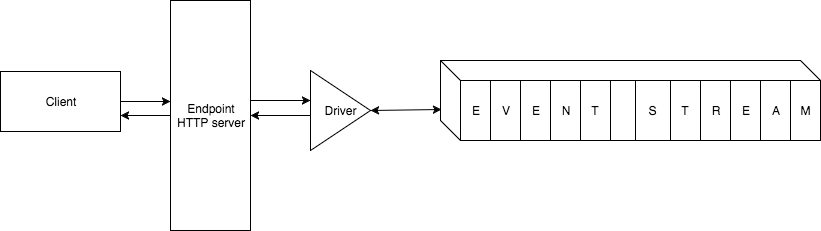
Earlier version of the draw.io export EventPipeline.png (yubrajpokharel/stream-pipeline). Source tidied: cells renumbered, new cells last; positions are measured from the earlier drawing's top-left corner, leaving out a move shared by most shapes.
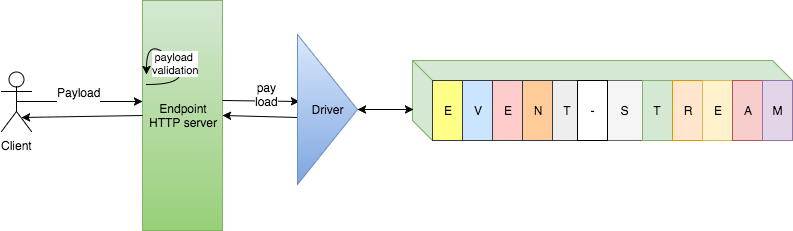
Above is the later version.

The edit, as a diff of the source:
```diff
@@ -2,75 +2,90 @@
   <root>
     <mxCell id="0" />
     <mxCell id="1" parent="0" />
-    <mxCell id="2" value="Endpoint&lt;div&gt;HTTP server&lt;/div&gt;" style="whiteSpace=wrap;html=1;" parent="1" vertex="1">
+    <mxCell id="2" value="Endpoint&lt;div&gt;HTTP server&lt;/div&gt;" style="whiteSpace=wrap;html=1;fillColor=#d5e8d4;strokeColor=#82b366;gradientColor=#97d077;" parent="1" vertex="1">
       <mxGeometry x="170" width="80" height="230" as="geometry" />
     </mxCell>
-    <mxCell id="3" value="Client" style="whiteSpace=wrap;html=1;" parent="1" vertex="1">
-      <mxGeometry y="71" width="120" height="60" as="geometry" />
-    </mxCell>
-    <mxCell id="4" style="endArrow=classic;html=1;exitX=1;exitY=0.5;" parent="1" edge="1" source="3">
+    <mxCell id="4" style="endArrow=classic;html=1;exitX=0.5;exitY=0.5;exitPerimeter=0;" parent="1" edge="1" source="3">
       <mxGeometry relative="1" as="geometry">
         <mxPoint x="170" y="101" as="targetPoint" />
       </mxGeometry>
     </mxCell>
+    <mxCell id="22" value="Payload&lt;div&gt;&lt;br&gt;&lt;/div&gt;" style="text;html=1;align=center;verticalAlign=middle;labelBackgroundColor=#ffffff;" parent="4" vertex="1">
+      <mxGeometry x="-0.02" y="3" relative="1" as="geometry" />
+    </mxCell>
-    <mxCell id="5" style="endArrow=classic;html=1;" parent="1" edge="1">
+    <mxCell id="5" style="endArrow=classic;html=1;entryX=0.033;entryY=0.447;entryPerimeter=0;" parent="1" edge="1" target="20">
       <mxGeometry relative="1" as="geometry">
         <mxPoint x="250" y="100" as="sourcePoint" />
-        <mxPoint x="310" y="100" as="targetPoint" />
       </mxGeometry>
     </mxCell>
+    <mxCell id="23" value="pay&lt;div&gt;load&lt;div&gt;&lt;br&gt;&lt;/div&gt;&lt;/div&gt;" style="text;html=1;align=center;verticalAlign=middle;labelBackgroundColor=#ffffff;" parent="5" vertex="1">
+      <mxGeometry x="0.13" relative="1" as="geometry" />
+    </mxCell>
-    <mxCell id="6" style="shape=cube;whiteSpace=wrap;html=1;" parent="1" vertex="1">
+    <mxCell id="6" style="shape=cube;whiteSpace=wrap;html=1;fillColor=#d5e8d4;strokeColor=#82b366;" parent="1" vertex="1">
       <mxGeometry x="440" y="60" width="380" height="80" as="geometry" />
     </mxCell>
-    <mxCell id="7" value="E" style="whiteSpace=wrap;html=1;" parent="1" vertex="1">
+    <mxCell id="7" value="E" style="whiteSpace=wrap;html=1;fillColor=#ffff88;strokeColor=#36393d;" parent="1" vertex="1">
       <mxGeometry x="460" y="80" width="30" height="60" as="geometry" />
     </mxCell>
-    <mxCell id="8" value="V" style="whiteSpace=wrap;html=1;" parent="1" vertex="1">
+    <mxCell id="8" value="V" style="whiteSpace=wrap;html=1;fillColor=#cce5ff;strokeColor=#36393d;" parent="1" vertex="1">
       <mxGeometry x="490" y="80" width="30" height="60" as="geometry" />
     </mxCell>
-    <mxCell id="9" value="E" style="whiteSpace=wrap;html=1;" parent="1" vertex="1">
+    <mxCell id="9" value="E" style="whiteSpace=wrap;html=1;fillColor=#ffcccc;strokeColor=#36393d;" parent="1" vertex="1">
       <mxGeometry x="520" y="80" width="30" height="60" as="geometry" />
     </mxCell>
-    <mxCell id="10" value="N" style="whiteSpace=wrap;html=1;" parent="1" vertex="1">
+    <mxCell id="10" value="N" style="whiteSpace=wrap;html=1;fillColor=#ffcc99;strokeColor=#36393d;" parent="1" vertex="1">
       <mxGeometry x="550" y="80" width="30" height="60" as="geometry" />
     </mxCell>
-    <mxCell id="11" value="T" style="whiteSpace=wrap;html=1;" parent="1" vertex="1">
+    <mxCell id="11" value="T" style="whiteSpace=wrap;html=1;fillColor=#eeeeee;strokeColor=#36393d;" parent="1" vertex="1">
       <mxGeometry x="580" y="80" width="30" height="60" as="geometry" />
     </mxCell>
-    <mxCell id="12" value="S" style="whiteSpace=wrap;html=1;" parent="1" vertex="1">
+    <mxCell id="12" value="S" style="whiteSpace=wrap;html=1;fillColor=#f5f5f5;strokeColor=#666666;" parent="1" vertex="1">
       <mxGeometry x="635" y="80" width="35" height="60" as="geometry" />
     </mxCell>
-    <mxCell id="13" value="T" style="whiteSpace=wrap;html=1;" parent="1" vertex="1">
+    <mxCell id="13" value="T" style="whiteSpace=wrap;html=1;fillColor=#d5e8d4;strokeColor=#82b366;" parent="1" vertex="1">
       <mxGeometry x="670" y="80" width="30" height="60" as="geometry" />
     </mxCell>
-    <mxCell id="14" value="R" style="whiteSpace=wrap;html=1;" parent="1" vertex="1">
+    <mxCell id="14" value="R" style="whiteSpace=wrap;html=1;fillColor=#ffe6cc;strokeColor=#d79b00;" parent="1" vertex="1">
       <mxGeometry x="700" y="80" width="30" height="60" as="geometry" />
     </mxCell>
-    <mxCell id="15" value="E" style="whiteSpace=wrap;html=1;" parent="1" vertex="1">
+    <mxCell id="15" value="E" style="whiteSpace=wrap;html=1;fillColor=#fff2cc;strokeColor=#d6b656;" parent="1" vertex="1">
       <mxGeometry x="730" y="80" width="30" height="60" as="geometry" />
     </mxCell>
-    <mxCell id="16" value="A" style="whiteSpace=wrap;html=1;" parent="1" vertex="1">
+    <mxCell id="16" value="A" style="whiteSpace=wrap;html=1;fillColor=#f8cecc;strokeColor=#b85450;" parent="1" vertex="1">
       <mxGeometry x="760" y="80" width="30" height="60" as="geometry" />
     </mxCell>
-    <mxCell id="17" value="M" style="whiteSpace=wrap;html=1;" parent="1" vertex="1">
+    <mxCell id="17" value="M" style="whiteSpace=wrap;html=1;fillColor=#e1d5e7;strokeColor=#9673a6;" parent="1" vertex="1">
       <mxGeometry x="790" y="80" width="30" height="60" as="geometry" />
     </mxCell>
-    <mxCell id="18" style="endArrow=classic;html=1;entryX=1;entryY=0.5;" parent="1" edge="1" target="2">
-      <mxGeometry relative="1" as="geometry">
-        <mxPoint x="310" y="115" as="sourcePoint" />
-      </mxGeometry>
+    <mxCell id="18" style="endArrow=classic;html=1;entryX=1;entryY=0.5;exitX=0.017;exitY=0.553;exitPerimeter=0;" parent="1" edge="1" source="20" target="2">
+      <mxGeometry relative="1" as="geometry" />
     </mxCell>
-    <mxCell id="19" style="endArrow=classic;html=1;entryX=1;entryY=0.5;" parent="1" edge="1">
+    <mxCell id="19" style="endArrow=classic;html=1;entryX=0.667;entryY=0.767;entryPerimeter=0;" parent="1" edge="1" target="3">
       <mxGeometry x="130" y="154" as="geometry">
         <mxPoint x="170" y="115" as="sourcePoint" />
-        <mxPoint x="120" y="115" as="targetPoint" />
       </mxGeometry>
     </mxCell>
-    <mxCell id="20" value="Driver" style="triangle;whiteSpace=wrap;html=1;" parent="1" vertex="1">
-      <mxGeometry x="310" y="70" width="60" height="80" as="geometry" />
+    <mxCell id="20" value="Driver" style="triangle;whiteSpace=wrap;html=1;fillColor=#dae8fc;strokeColor=#6c8ebf;gradientColor=#7ea6e0;" parent="1" vertex="1">
+      <mxGeometry x="325" y="34" width="60" height="150" as="geometry" />
     </mxCell>
     <mxCell id="21" style="endArrow=classic;startArrow=classic;html=1;entryX=0.003;entryY=0.613;entryPerimeter=0;exitX=1;exitY=0.5;exitPerimeter=0;" parent="1" edge="1" source="20" target="6">
       <mxGeometry relative="1" as="geometry" />
     </mxCell>
+    <mxCell id="24" value="-" style="whiteSpace=wrap;html=1;" parent="1" vertex="1">
+      <mxGeometry x="605" y="80" width="30" height="60" as="geometry" />
+    </mxCell>
+    <mxCell id="3" value="Client&lt;div&gt;&lt;br&gt;&lt;/div&gt;" style="shape=umlActor;verticalLabelPosition=bottom;labelBackgroundColor=#ffffff;verticalAlign=top;html=1;" parent="1" vertex="1">
+      <mxGeometry x="29" y="71" width="30" height="60" as="geometry" />
+    </mxCell>
+    <mxCell id="25" value="payload&amp;nbsp;&lt;div&gt;validation&lt;/div&gt;" style="curved=1;endArrow=classic;html=1;" parent="1" edge="1">
+      <mxGeometry relative="1" as="geometry">
+        <mxPoint x="174" y="84" as="sourcePoint" />
+        <mxPoint x="174" y="74" as="targetPoint" />
+        <Array as="points">
+          <mxPoint x="224" y="84" />
+          <mxPoint x="174" y="34" />
+        </Array>
+      </mxGeometry>
+    </mxCell>
   </root>
 </mxGraphModel>
```
